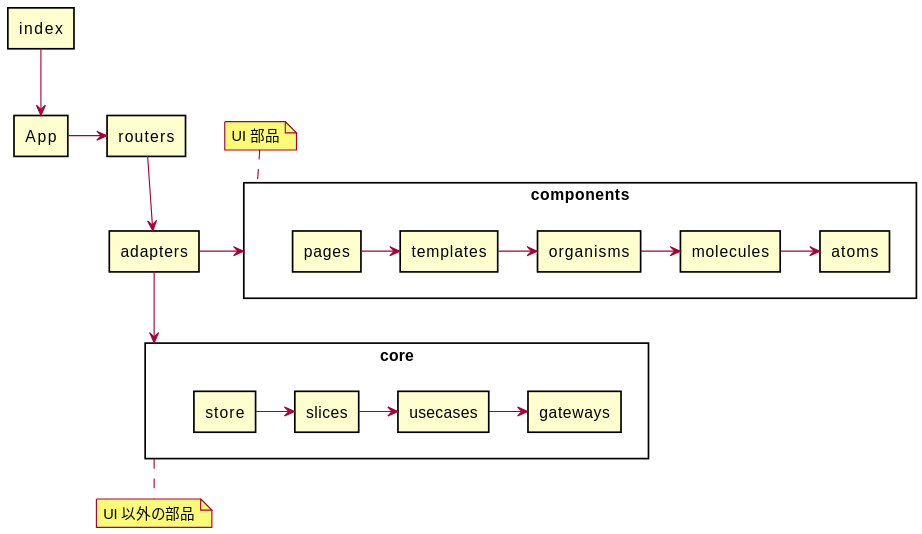
yamagame/react-typescript-starter-app keeps this PlantUML diagram as docs/diagrams/out/architecture/dependencies.svg. Above is the earlier version.
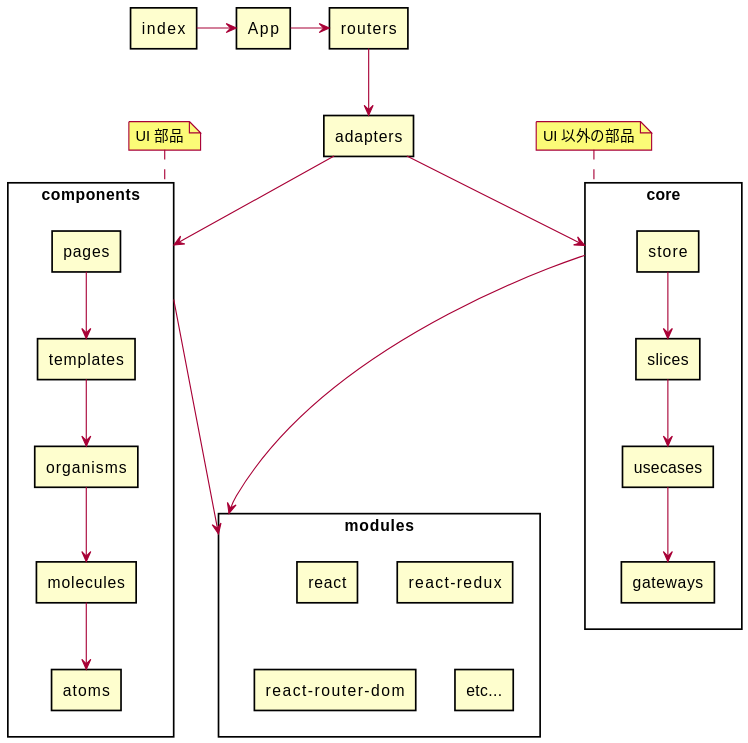
The same file after the commit.

Commit message:
依存関係図更新

The edit, as a diff of the source:
```diff
@@ -8,6 +8,14 @@
 rectangle App
 rectangle routers
 rectangle adapters
+
+note top of components
+  UI 部品
+end note
+
+note top of core
+  UI 以外の部品
+end note
 
 package components {
   rectangle pages
@@ -24,27 +32,29 @@
   rectangle usecases
 }
 
-note top of components
-  UI 部品
-end note
-
-index --> App
+index -> App
 App -> routers
 routers --> adapters
-pages -> templates
-organisms -> molecules
-molecules -> atoms
-templates -> organisms
+pages --> templates
+organisms --> molecules
+molecules --> atoms
+templates --> organisms
 
-store -> slices
-slices -> usecases
-usecases -> gateways
+store --> slices
+slices --> usecases
+usecases --> gateways
 
-adapters -> components
+adapters --> components
 adapters --> core
 
-note bottom of core
-  UI 以外の部品
-end note
+package modules {
+  rectangle react
+  rectangle "react-redux"
+  rectangle "react-router-dom"
+  rectangle "etc..."
+}
+
+core ----> modules
+components ----> modules
 
 @enduml
```
